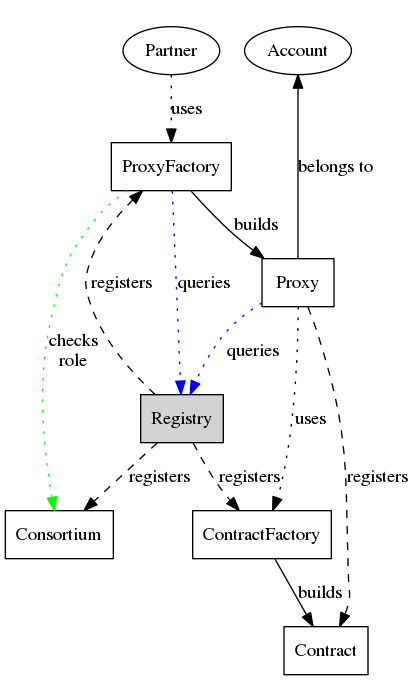
Above: truffle-project/doc/contracts.png in garb64/meta-bc (Graphviz), before the change. Its source is kept beside it as truffle-project/dot/contracts.dot.
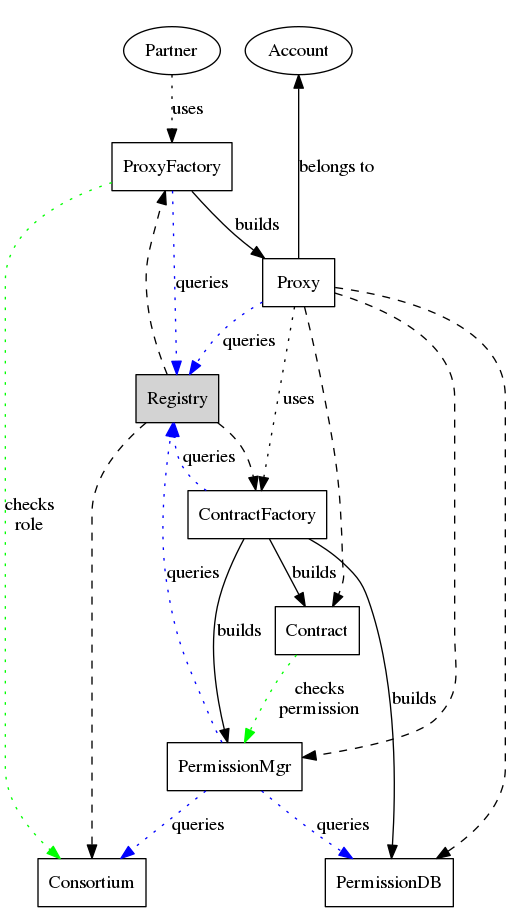
Later version of the same file.

Change to the diagram source:
```diff
@@ -6,14 +6,23 @@
 	}
     node [shape = box];
     Registry [style=filled];
-    Registry -> { ContractFactory; ProxyFactory; Consortium } [style=dashed, label="registers"]
+    Registry -> { ContractFactory; ProxyFactory; Consortium } [style=dashed]
     ContractFactory -> Contract [label="builds"];
+    ContractFactory -> PermissionMgr [label="builds"];
+    ContractFactory -> PermissionDB [label="builds"];
+    ContractFactory -> Registry [style=dotted, label="queries", color=blue];
     ProxyFactory -> Consortium [style=dotted, label="checks\nrole", color=green];
     ProxyFactory -> Registry [style=dotted, label="queries", color=blue];
     ProxyFactory -> Proxy [label="builds"];
     Proxy -> Registry [style=dotted; label="queries", color=blue];
     Proxy -> ContractFactory [style=dotted, label="uses"];
-    Proxy -> Contract [style=dashed, label="registers"];
+    Proxy -> Contract [style=dashed];
+    Proxy -> PermissionMgr [style=dashed];
+    Proxy -> PermissionDB [style=dashed];
     Proxy -> Account [label="belongs to"];
     Partner -> ProxyFactory [style=dotted, label="uses"];
+    PermissionMgr -> PermissionDB [style=dotted, label="queries", color=blue];
+    PermissionMgr -> Consortium [style=dotted, label="queries", color=blue];
+    PermissionMgr -> Registry [style=dotted, label="queries", color=blue];
+    Contract -> PermissionMgr [style=dotted, label="checks\npermission", color=green];
 }
```
